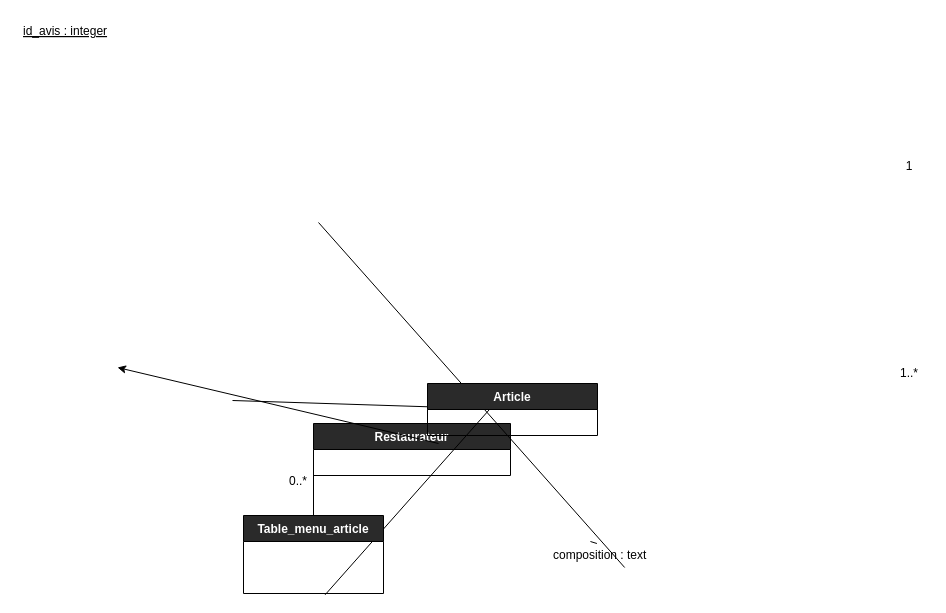
Earlier version of the draw.io diagram diagrammes/diagramme_logique.drawio (TheAIWizard/Ensaeats). Source tidied: cells renumbered, new cells numbered last; positions are measured from the earlier drawing's top-left corner, leaving out a move shared by most shapes. Both pictures are drawn from the tidied source at 100%, with x=0, y=0 at pixel (17, 17).
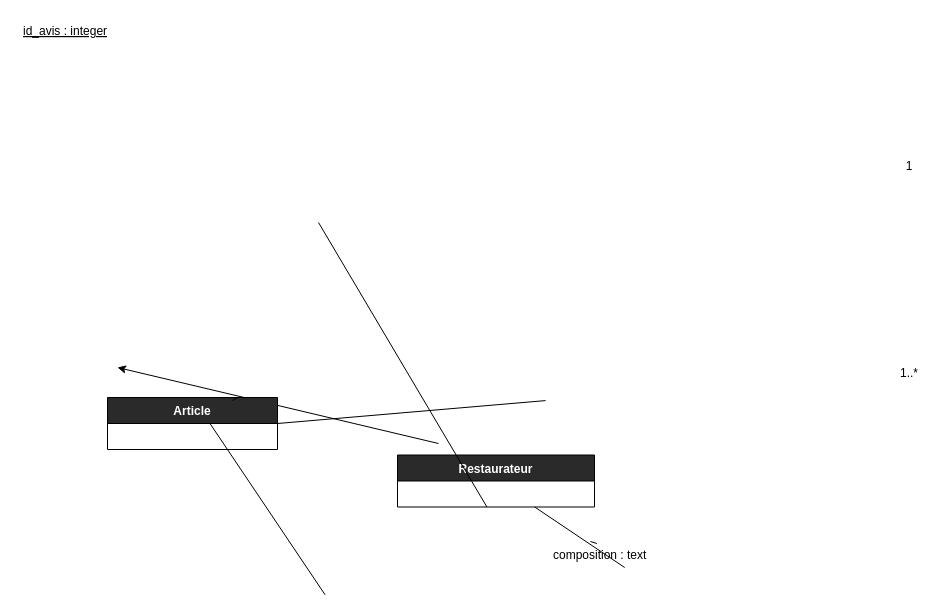
Above is the later version.

Commit message:
diag lol

Unchanged cells that the change refers to:
```xml
<mxCell id="14" value="composition : text" style="text;strokeColor=none;fillColor=none;align=left;verticalAlign=top;spacingLeft=4;spacingRight=4;overflow=hidden;points=[[0,0.5],[1,0.5]];portConstraint=eastwest;rounded=0;shadow=0;glass=0;sketch=0;fontColor=#000000;" parent="1" vertex="1">
  <mxGeometry x="530" y="524" width="170" height="26" as="geometry" />
</mxCell>
```

What changed in the source:
```diff
@@
-    <mxCell id="4" style="edgeStyle=orthogonalEdgeStyle;curved=0;sketch=0;orthogonalLoop=1;jettySize=auto;html=1;exitX=0.5;exitY=1;exitDx=0;exitDy=0;" parent="1" edge="1">
-      <mxGeometry relative="1" as="geometry">
-        <mxPoint x="321" y="440" as="sourcePoint" />
-        <mxPoint x="321" y="440" as="targetPoint" />
-      </mxGeometry>
-    </mxCell>
-    <mxCell id="5" value="Restaurateur" style="swimlane;fontStyle=1;horizontal=1;startSize=26;rounded=0;shadow=0;glass=0;sketch=0;fillColor=#2a2a2a;fontColor=#FFFFFF;" parent="1" vertex="1">
-      <mxGeometry x="296" y="406" width="197" height="52" as="geometry" />
-    </mxCell>
@@
-    <mxCell id="8" value="&lt;font color=&quot;#000000&quot;&gt;0..*&lt;/font&gt;" style="text;html=1;strokeColor=none;fillColor=none;align=center;verticalAlign=middle;whiteSpace=wrap;rounded=0;shadow=0;glass=0;sketch=0;" parent="1" vertex="1">
-      <mxGeometry x="266" y="448" width="30" height="31" as="geometry" />
-    </mxCell>
-    <mxCell id="9" style="edgeStyle=none;html=1;exitX=0.5;exitY=0;exitDx=0;exitDy=0;entryX=1;entryY=0;entryDx=0;entryDy=0;endArrow=none;endFill=0;strokeColor=#000000;" parent="1" edge="1" source="10" target="8">
-      <mxGeometry relative="1" as="geometry" />
-    </mxCell>
-    <mxCell id="10" value="Table_menu_article" style="swimlane;fontStyle=1;horizontal=1;startSize=26;rounded=0;shadow=0;glass=0;sketch=0;fillColor=#2a2a2a;fontColor=#FFFFFF;" parent="1" vertex="1">
-      <mxGeometry x="226" y="498" width="140" height="78" as="geometry" />
-    </mxCell>
@@
-    <mxCell id="15" style="endArrow=none;html=1;strokeColor=#000000;entryX=0.454;entryY=1;entryDx=0;entryDy=0;entryPerimeter=0;" parent="1" edge="1" target="14">
-      <mxGeometry relative="1" as="geometry">
-        <mxPoint x="301" y="205" as="sourcePoint" />
-      </mxGeometry>
+    <mxCell id="15" style="endArrow=none;html=1;strokeColor=#000000;entryX=0.454;entryY=1;entryDx=0;entryDy=0;entryPerimeter=0;startArrow=none;" parent="1" edge="1" source="5" target="14">
+      <mxGeometry relative="1" as="geometry" />
     </mxCell>
     <mxCell id="16" value="Article" style="swimlane;fontStyle=1;horizontal=1;startSize=26;rounded=0;shadow=0;glass=0;sketch=0;fillColor=#2a2a2a;fontColor=#FFFFFF;" parent="1" vertex="1">
-      <mxGeometry x="410" y="366" width="170" height="52" as="geometry" />
+      <mxGeometry x="90" y="380" width="170" height="52" as="geometry" />
     </mxCell>
@@
+    <mxCell id="5" value="Restaurateur" style="swimlane;fontStyle=1;horizontal=1;startSize=26;rounded=0;shadow=0;glass=0;sketch=0;fillColor=#2a2a2a;fontColor=#FFFFFF;" parent="1" vertex="1">
+      <mxGeometry x="380" y="437.5" width="197" height="52" as="geometry" />
+    </mxCell>
+    <mxCell id="18" style="endArrow=none;html=1;strokeColor=#000000;entryX=0.454;entryY=1;entryDx=0;entryDy=0;entryPerimeter=0;" parent="1" edge="1" target="5">
+      <mxGeometry relative="1" as="geometry">
+        <mxPoint x="301" y="205" as="sourcePoint" />
+      </mxGeometry>
+    </mxCell>
```
